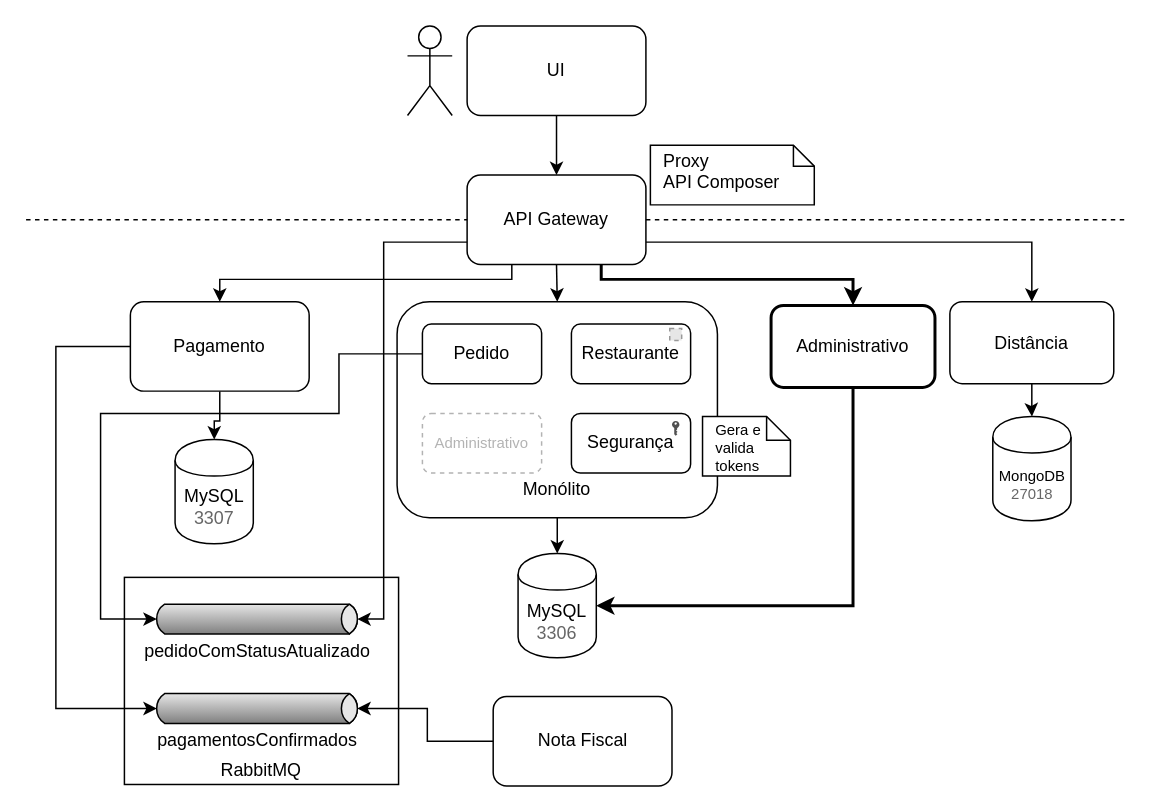
Earlier version of the draw.io diagram imagens/14-seguranca/administrativo-extraido-do-monolito.drawio (caelum/apostila-microservices-com-spring-cloud). Source tidied: cells renumbered, new cells numbered last; positions are measured from the earlier drawing's top-left corner, leaving out a move shared by most shapes. Both pictures are drawn from the tidied source at 149%, with x=0, y=0 at pixel (25, 25). Pictures stored in the file or linked from it are replaced by grey dashed boxes.
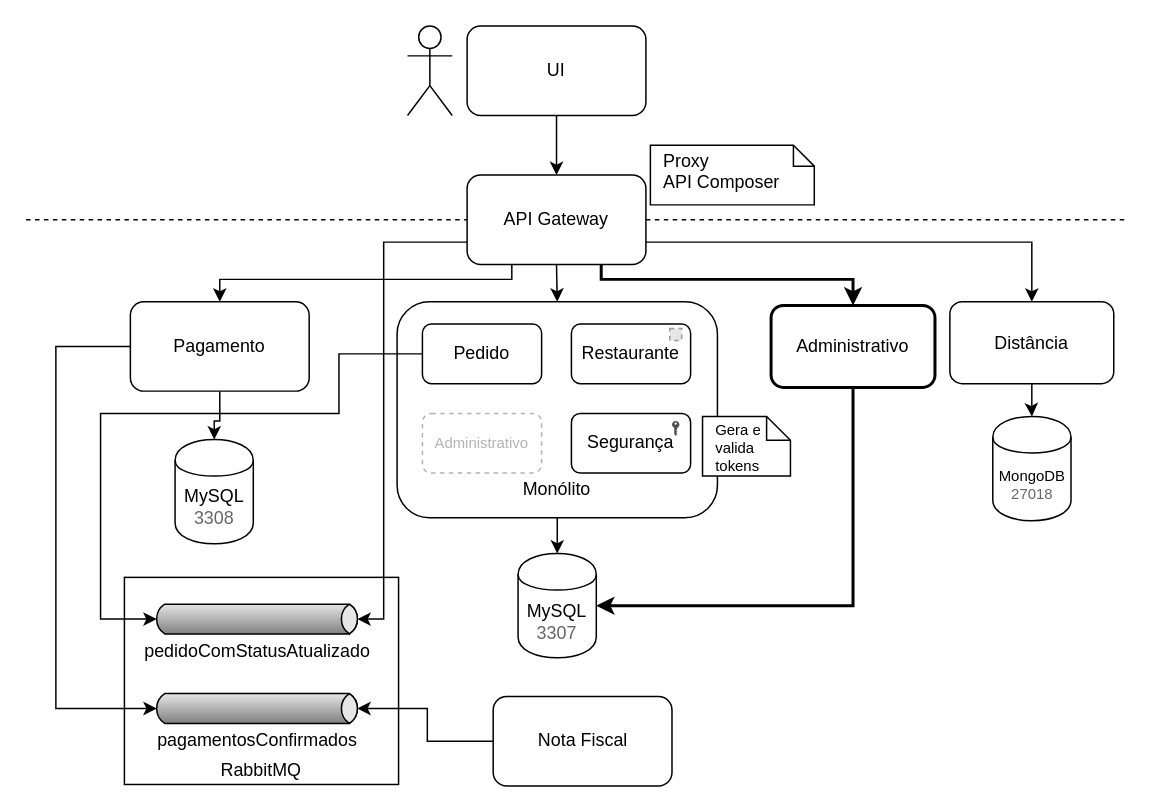
Above is the later version.

What changed in the source:
```diff
@@
-    <mxCell id="23" value="MySQL&lt;br&gt;&lt;font color=&quot;#666666&quot;&gt;3306&lt;/font&gt;" style="shape=cylinder;whiteSpace=wrap;html=1;boundedLbl=1;backgroundOutline=1;" parent="1" vertex="1">
+    <mxCell id="23" value="MySQL&lt;br&gt;&lt;font color=&quot;#666666&quot;&gt;3307&lt;/font&gt;" style="shape=cylinder;whiteSpace=wrap;html=1;boundedLbl=1;backgroundOutline=1;" parent="1" vertex="1">
       <mxGeometry x="330.2" y="354" width="52.5" height="70" as="geometry" />
     </mxCell>
-    <mxCell id="24" value="MySQL&lt;br&gt;&lt;font color=&quot;#666666&quot;&gt;3307&lt;/font&gt;" style="shape=cylinder;whiteSpace=wrap;html=1;boundedLbl=1;backgroundOutline=1;" parent="1" vertex="1">
+    <mxCell id="24" value="MySQL&lt;br&gt;&lt;font color=&quot;#666666&quot;&gt;3308&lt;/font&gt;" style="shape=cylinder;whiteSpace=wrap;html=1;boundedLbl=1;backgroundOutline=1;" parent="1" vertex="1">
       <mxGeometry x="100" y="277.5" width="52.5" height="70" as="geometry" />
     </mxCell>
```
